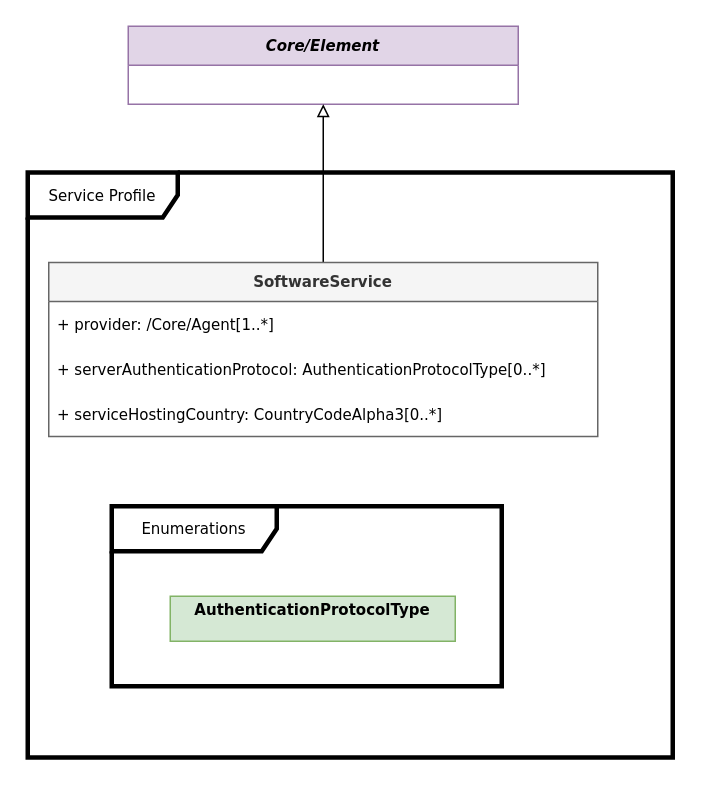
The draw.io diagram page "Service" (9 of 12) of docs/model.drawio in spdx/spdx-3-model, before the edit. Source tidied: cells renumbered, new cells numbered last; positions are measured from the earlier drawing's top-left corner, leaving out a move shared by most shapes. Both pictures are drawn from the tidied source at 150%, with x=0, y=0 at pixel (27, 26).
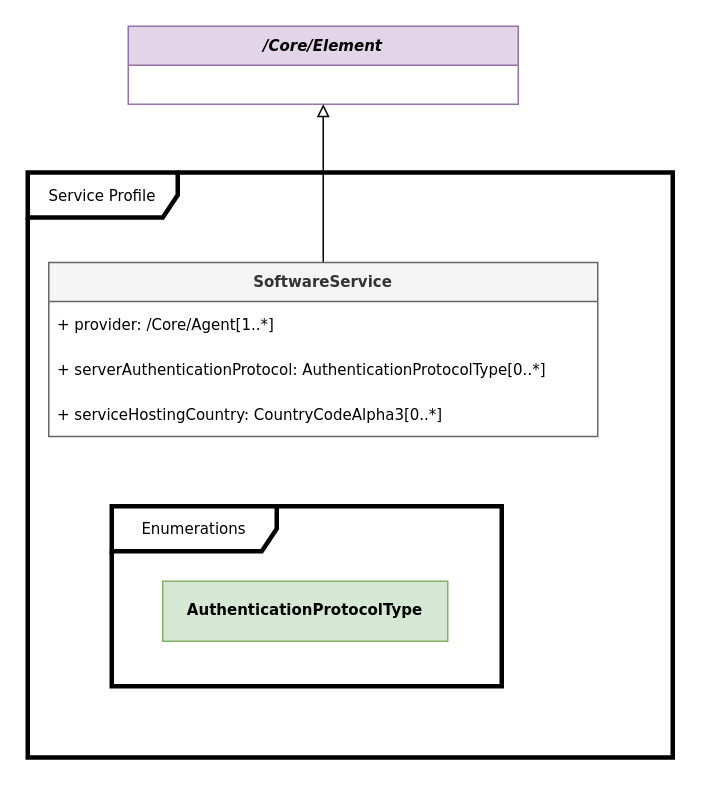
The same page after the edit.

What changed in the source:
```diff
@@
 <mxGraphModel>
   <root>
     <mxCell id="0" />
     <mxCell id="1" parent="0" />
-    <mxCell id="2" value="Core/Element" style="swimlane;fontStyle=3;horizontal=1;startSize=26;fillColor=#e1d5e7;strokeColor=#9673a6;fontFamily=Verdana;fontSize=10;" parent="1" vertex="1">
+    <mxCell id="2" value="/Core/Element" style="swimlane;fontStyle=3;horizontal=1;startSize=26;fillColor=#e1d5e7;strokeColor=#9673a6;fontFamily=Verdana;fontSize=10;" parent="1" vertex="1">
       <mxGeometry x="67" width="260" height="52" as="geometry" />
     </mxCell>
     <mxCell id="3" style="endArrow=block;html=1;rounded=0;entryX=0.5;entryY=1;entryDx=0;entryDy=0;exitX=0.5;exitY=0;exitDx=0;exitDy=0;endFill=0;fontFamily=Verdana;fontSize=10;" parent="1" edge="1" source="5" target="2">
       <mxGeometry relative="1" as="geometry" />
     </mxCell>
     <mxCell id="4" value="Service Profile" style="shape=umlFrame;whiteSpace=wrap;html=1;width=100;height=30;strokeWidth=3;fontFamily=Verdana;fontSize=10;" parent="1" vertex="1">
       <mxGeometry y="97.5" width="430" height="390" as="geometry" />
     </mxCell>
     <mxCell id="5" value="SoftwareService" style="swimlane;fontStyle=1;horizontal=1;startSize=26;fillColor=#f5f5f5;strokeColor=#666666;fontColor=#333333;fontFamily=Verdana;fontSize=10;" parent="1" vertex="1">
       <mxGeometry x="14" y="157.5" width="366" height="116" as="geometry" />
     </mxCell>
     <mxCell id="6" value="+ provider:&amp;nbsp;/Core/Agent[1..*]" style="text;strokeColor=none;fillColor=none;align=left;verticalAlign=middle;spacingLeft=4;spacingRight=4;overflow=hidden;whiteSpace=wrap;html=1;fontFamily=Verdana;fontSize=10;" parent="5" vertex="1">
       <mxGeometry y="26" width="366" height="30" as="geometry" />
     </mxCell>
     <mxCell id="7" value="+ serverAuthenticationProtocol:&amp;nbsp;AuthenticationProtocolType[0..*]" style="text;strokeColor=none;fillColor=none;align=left;verticalAlign=middle;spacingLeft=4;spacingRight=4;overflow=hidden;whiteSpace=wrap;html=1;fontFamily=Verdana;fontSize=10;" parent="5" vertex="1">
       <mxGeometry y="56" width="366" height="30" as="geometry" />
     </mxCell>
     <mxCell id="8" value="+ serviceHostingCountry: CountryCodeAlpha3[0..*]" style="text;strokeColor=none;fillColor=none;align=left;verticalAlign=middle;spacingLeft=4;spacingRight=4;overflow=hidden;whiteSpace=wrap;html=1;fontFamily=Verdana;fontSize=10;" parent="5" vertex="1">
       <mxGeometry y="86" width="366" height="30" as="geometry" />
     </mxCell>
     <mxCell id="9" value="Enumerations" style="shape=umlFrame;whiteSpace=wrap;html=1;width=110;height=30;strokeWidth=3;fontFamily=Verdana;fontSize=10;fontStyle=0;" parent="1" vertex="1">
       <mxGeometry x="56" y="320" width="260" height="120" as="geometry" />
     </mxCell>
-    <mxCell id="10" value="&lt;p style=&quot;margin: 4px 0px 0px; text-align: center;&quot;&gt;&lt;span style=&quot;text-align: left; text-wrap-mode: wrap;&quot;&gt;&lt;b&gt;AuthenticationProtocolType&lt;/b&gt;&lt;/span&gt;&lt;/p&gt;" style="verticalAlign=top;align=left;overflow=fill;fontSize=10;fontFamily=Verdana;html=1;fillColor=#d5e8d4;strokeColor=#82b366;fontStyle=0;" parent="1" vertex="1">
-      <mxGeometry x="95" y="380" width="190" height="30" as="geometry" />
+    <mxCell id="10" value="&lt;p style=&quot;margin: 4px 0px 0px; text-align: center; padding-top: 10px;&quot;&gt;&lt;span style=&quot;text-align: left; text-wrap-mode: wrap;&quot;&gt;&lt;b&gt;AuthenticationProtocolType&lt;/b&gt;&lt;/span&gt;&lt;/p&gt;" style="verticalAlign=top;align=left;overflow=fill;fontSize=10;fontFamily=Verdana;html=1;fillColor=#d5e8d4;strokeColor=#82b366;fontStyle=0;" parent="1" vertex="1">
+      <mxGeometry x="90" y="370" width="190" height="40" as="geometry" />
     </mxCell>
   </root>
 </mxGraphModel>
```
